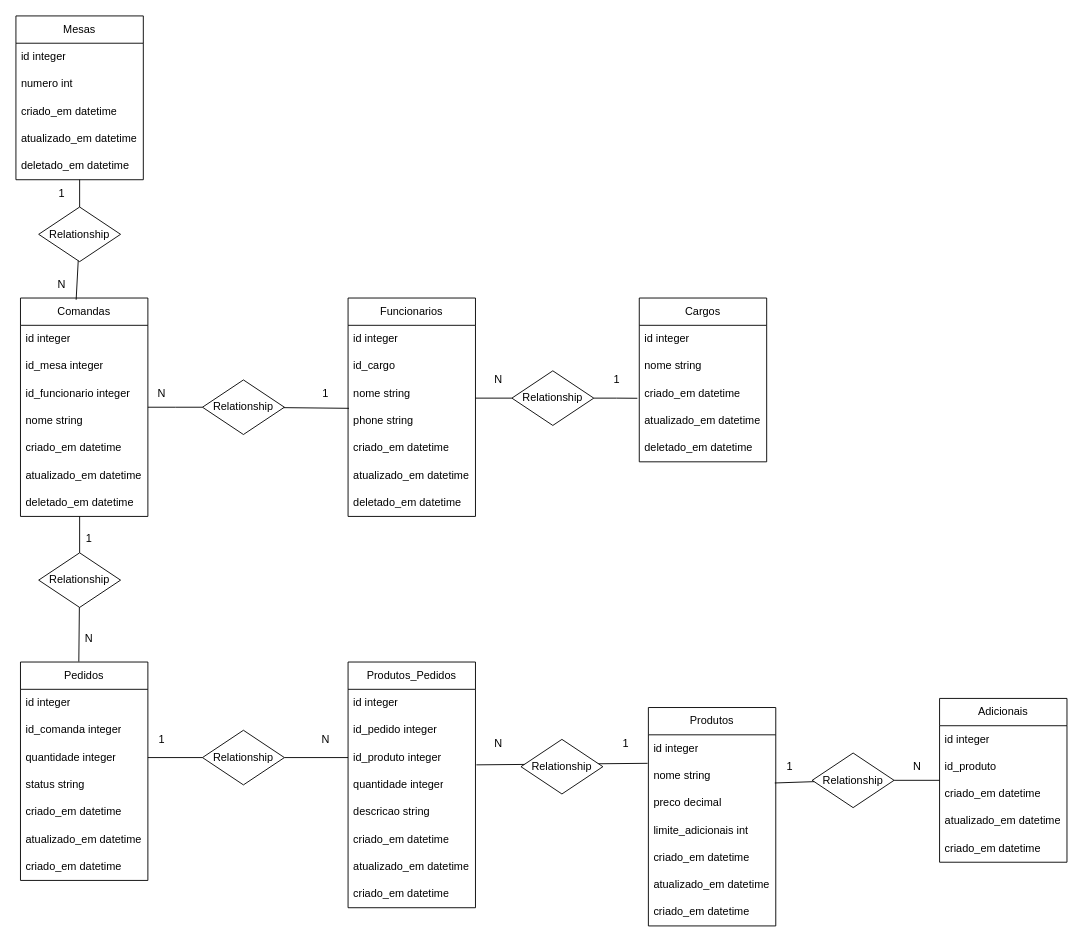
The draw.io diagram 2ª Período/ENGENHARIA DE SOFTWARE I/der.drawio in victorvcruz/ifg, before the edit. Source tidied: cells renumbered, new cells numbered last; positions are measured from the earlier drawing's top-left corner, leaving out a move shared by most shapes. Both pictures are drawn from the tidied source at 91%, with x=0, y=0 at pixel (15, 15).
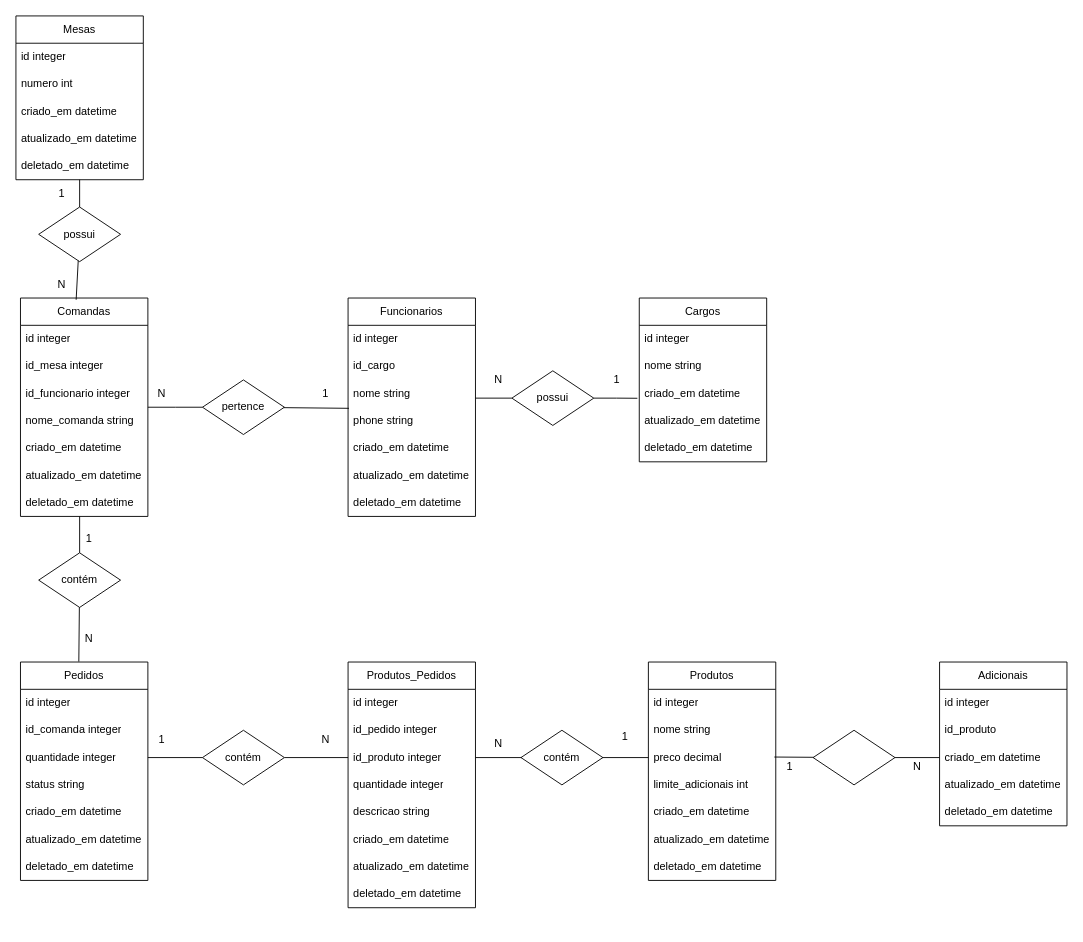
Above is the later version.

Commit message (it also covers changes not shown here):
add pontos de função e der v3

The change refers to these unchanged cells:
```xml
<mxCell id="2" value="Comandas" style="swimlane;fontStyle=0;horizontal=1;startSize=30;whiteSpace=wrap;html=1;" parent="1" vertex="1">
  <mxGeometry x="5" y="310" width="140" height="240" as="geometry" />
</mxCell>
<mxCell id="25" value="nome string" style="text;strokeColor=none;fillColor=none;align=left;verticalAlign=middle;spacingLeft=4;spacingRight=4;overflow=hidden;points=[[0,0.5],[1,0.5]];portConstraint=eastwest;whiteSpace=wrap;html=1;" parent="23" vertex="1">
  <mxGeometry y="60" width="140" height="30" as="geometry" />
</mxCell>
<mxCell id="26" value="preco decimal" style="text;strokeColor=none;fillColor=none;align=left;verticalAlign=middle;spacingLeft=4;spacingRight=4;overflow=hidden;points=[[0,0.5],[1,0.5]];portConstraint=eastwest;whiteSpace=wrap;html=1;" parent="23" vertex="1">
  <mxGeometry y="90" width="140" height="30" as="geometry" />
</mxCell>
<mxCell id="42" value="Pedidos" style="swimlane;fontStyle=0;horizontal=1;startSize=30;whiteSpace=wrap;html=1;" parent="1" vertex="1">
  <mxGeometry x="5" y="710" width="140" height="240" as="geometry" />
</mxCell>
<mxCell id="65" value="criado_em datetime" style="text;strokeColor=none;fillColor=none;align=left;verticalAlign=middle;spacingLeft=4;spacingRight=4;overflow=hidden;points=[[0,0.5],[1,0.5]];portConstraint=eastwest;whiteSpace=wrap;html=1;" parent="62" vertex="1">
  <mxGeometry y="90" width="140" height="30" as="geometry" />
</mxCell>
<mxCell id="68" value="Produtos_Pedidos" style="swimlane;fontStyle=0;horizontal=1;startSize=30;whiteSpace=wrap;html=1;" parent="1" vertex="1">
  <mxGeometry x="365" y="710" width="140" height="270" as="geometry" />
</mxCell>
<mxCell id="80" value="1" style="text;html=1;align=center;verticalAlign=middle;points=[];strokeColor=none;fillColor=none;" parent="1" vertex="1">
  <mxGeometry x="835" y="810" width="30" height="30" as="geometry" />
</mxCell>
```

Change to the diagram source:
```diff
@@
-    <mxCell id="6" value="nome string" style="text;strokeColor=none;fillColor=none;align=left;verticalAlign=middle;spacingLeft=4;spacingRight=4;overflow=hidden;whiteSpace=wrap;html=1;" parent="2" vertex="1">
+    <mxCell id="6" value="nome_comanda string" style="text;strokeColor=none;fillColor=none;align=left;verticalAlign=middle;spacingLeft=4;spacingRight=4;overflow=hidden;whiteSpace=wrap;html=1;" parent="2" vertex="1">
       <mxGeometry y="120" width="140" height="30" as="geometry" />
     </mxCell>
@@
-    <mxCell id="10" value="Relationship" style="shape=rhombus;perimeter=rhombusPerimeter;whiteSpace=wrap;html=1;align=center;" parent="1" vertex="1">
+    <mxCell id="10" value="pertence" style="shape=rhombus;perimeter=rhombusPerimeter;whiteSpace=wrap;html=1;align=center;" parent="1" vertex="1">
       <mxGeometry x="205" y="400" width="90" height="60" as="geometry" />
     </mxCell>
@@
     <mxCell id="23" value="Produtos" style="swimlane;fontStyle=0;horizontal=1;startSize=30;whiteSpace=wrap;html=1;" parent="1" vertex="1">
-      <mxGeometry x="695" y="760" width="140" height="240" as="geometry" />
+      <mxGeometry x="695" y="710" width="140" height="240" as="geometry" />
     </mxCell>
@@
-    <mxCell id="30" value="criado_em datetime" style="text;strokeColor=none;fillColor=none;align=left;verticalAlign=middle;spacingLeft=4;spacingRight=4;overflow=hidden;whiteSpace=wrap;html=1;" parent="23" vertex="1">
+    <mxCell id="30" value="deletado_em datetime" style="text;strokeColor=none;fillColor=none;align=left;verticalAlign=middle;spacingLeft=4;spacingRight=4;overflow=hidden;whiteSpace=wrap;html=1;" parent="23" vertex="1">
       <mxGeometry y="210" width="140" height="30" as="geometry" />
     </mxCell>
@@
-    <mxCell id="38" value="Relationship" style="shape=rhombus;perimeter=rhombusPerimeter;whiteSpace=wrap;html=1;align=center;" parent="1" vertex="1">
+    <mxCell id="38" value="possui" style="shape=rhombus;perimeter=rhombusPerimeter;whiteSpace=wrap;html=1;align=center;" parent="1" vertex="1">
       <mxGeometry x="545" y="390" width="90" height="60" as="geometry" />
     </mxCell>
@@
-    <mxCell id="49" value="criado_em datetime" style="text;strokeColor=none;fillColor=none;align=left;verticalAlign=middle;spacingLeft=4;spacingRight=4;overflow=hidden;whiteSpace=wrap;html=1;" parent="42" vertex="1">
+    <mxCell id="49" value="deletado_em datetime" style="text;strokeColor=none;fillColor=none;align=left;verticalAlign=middle;spacingLeft=4;spacingRight=4;overflow=hidden;whiteSpace=wrap;html=1;" parent="42" vertex="1">
       <mxGeometry y="210" width="140" height="30" as="geometry" />
     </mxCell>
@@
-    <mxCell id="56" value="Relationship" style="shape=rhombus;perimeter=rhombusPerimeter;whiteSpace=wrap;html=1;align=center;" parent="1" vertex="1">
+    <mxCell id="56" value="contém" style="shape=rhombus;perimeter=rhombusPerimeter;whiteSpace=wrap;html=1;align=center;" parent="1" vertex="1">
       <mxGeometry x="25" y="590" width="90" height="60" as="geometry" />
     </mxCell>
@@
-    <mxCell id="61" style="rounded=0;jettySize=auto;html=1;entryX=-0.006;entryY=0.044;entryDx=0;entryDy=0;entryPerimeter=0;endArrow=none;endFill=0;" parent="1" edge="1" target="25">
+    <mxCell id="61" style="rounded=0;jettySize=auto;html=1;entryX=0;entryY=0.5;entryDx=0;entryDy=0;endArrow=none;endFill=0;" parent="1" edge="1" target="26">
       <mxGeometry relative="1" as="geometry">
-        <mxPoint x="506" y="823" as="sourcePoint" />
+        <mxPoint x="505" y="815" as="sourcePoint" />
       </mxGeometry>
     </mxCell>
     <mxCell id="62" value="Adicionais" style="swimlane;fontStyle=0;horizontal=1;startSize=30;whiteSpace=wrap;html=1;" parent="1" vertex="1">
-      <mxGeometry x="1015" y="750" width="140" height="180" as="geometry" />
+      <mxGeometry x="1015" y="710" width="140" height="180" as="geometry" />
     </mxCell>
@@
-    <mxCell id="67" value="criado_em datetime" style="text;strokeColor=none;fillColor=none;align=left;verticalAlign=middle;spacingLeft=4;spacingRight=4;overflow=hidden;whiteSpace=wrap;html=1;" parent="62" vertex="1">
+    <mxCell id="67" value="deletado_em datetime" style="text;strokeColor=none;fillColor=none;align=left;verticalAlign=middle;spacingLeft=4;spacingRight=4;overflow=hidden;whiteSpace=wrap;html=1;" parent="62" vertex="1">
       <mxGeometry y="150" width="140" height="30" as="geometry" />
     </mxCell>
@@
-    <mxCell id="76" value="criado_em datetime" style="text;strokeColor=none;fillColor=none;align=left;verticalAlign=middle;spacingLeft=4;spacingRight=4;overflow=hidden;whiteSpace=wrap;html=1;" parent="68" vertex="1">
+    <mxCell id="76" value="deletado_em datetime" style="text;strokeColor=none;fillColor=none;align=left;verticalAlign=middle;spacingLeft=4;spacingRight=4;overflow=hidden;whiteSpace=wrap;html=1;" parent="68" vertex="1">
       <mxGeometry y="240" width="140" height="30" as="geometry" />
     </mxCell>
-    <mxCell id="77" value="Relationship" style="shape=rhombus;perimeter=rhombusPerimeter;whiteSpace=wrap;html=1;align=center;" parent="1" vertex="1">
-      <mxGeometry x="875" y="810" width="90" height="60" as="geometry" />
+    <mxCell id="77" style="shape=rhombus;perimeter=rhombusPerimeter;whiteSpace=wrap;html=1;align=center;" parent="1" vertex="1">
+      <mxGeometry x="876" y="785" width="90" height="60" as="geometry" />
     </mxCell>
-    <mxCell id="78" style="rounded=0;jettySize=auto;html=1;entryX=0;entryY=0;entryDx=0;entryDy=0;entryPerimeter=0;endArrow=none;endFill=0;" parent="1" edge="1" source="77" target="65">
+    <mxCell id="78" style="rounded=0;jettySize=auto;html=1;entryX=0;entryY=0.5;entryDx=0;entryDy=0;endArrow=none;endFill=0;" parent="1" edge="1" source="77" target="65">
       <mxGeometry relative="1" as="geometry" />
     </mxCell>
@@
-    <mxCell id="81" style="rounded=0;jettySize=auto;html=1;entryX=-0.036;entryY=1.097;entryDx=0;entryDy=0;entryPerimeter=0;endArrow=none;endFill=0;" parent="1" edge="1" source="77" target="80">
+    <mxCell id="81" style="rounded=0;jettySize=auto;html=1;entryX=-0.053;entryY=0.147;entryDx=0;entryDy=0;entryPerimeter=0;endArrow=none;endFill=0;" parent="1" edge="1" source="77" target="80">
       <mxGeometry relative="1" as="geometry" />
     </mxCell>
@@
-    <mxCell id="85" value="Relationship" style="shape=rhombus;perimeter=rhombusPerimeter;whiteSpace=wrap;html=1;align=center;" parent="1" vertex="1">
+    <mxCell id="85" value="contém" style="shape=rhombus;perimeter=rhombusPerimeter;whiteSpace=wrap;html=1;align=center;" parent="1" vertex="1">
       <mxGeometry x="205" y="785" width="90" height="60" as="geometry" />
     </mxCell>
@@
-    <mxCell id="87" value="Relationship" style="shape=rhombus;perimeter=rhombusPerimeter;whiteSpace=wrap;html=1;align=center;" parent="1" vertex="1">
-      <mxGeometry x="555" y="795" width="90" height="60" as="geometry" />
+    <mxCell id="87" value="contém" style="shape=rhombus;perimeter=rhombusPerimeter;whiteSpace=wrap;html=1;align=center;" parent="1" vertex="1">
+      <mxGeometry x="555" y="785" width="90" height="60" as="geometry" />
     </mxCell>
     <mxCell id="88" value="1" style="text;html=1;align=center;verticalAlign=middle;strokeColor=none;fillColor=none;" parent="1" vertex="1">
-      <mxGeometry x="655" y="785" width="30" height="30" as="geometry" />
+      <mxGeometry x="654" y="777" width="30" height="30" as="geometry" />
     </mxCell>
@@
-    <mxCell id="90" value="Relationship" style="shape=rhombus;perimeter=rhombusPerimeter;whiteSpace=wrap;html=1;align=center;" parent="1" vertex="1">
+    <mxCell id="90" value="possui" style="shape=rhombus;perimeter=rhombusPerimeter;whiteSpace=wrap;html=1;align=center;" parent="1" vertex="1">
       <mxGeometry x="25" y="210" width="90" height="60" as="geometry" />
     </mxCell>
```
